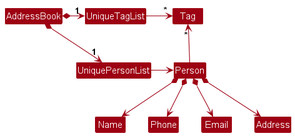
Above: docs/images/dg/BetterModelClassDiagram.png in shamesjen/tp (PlantUML), before the change. The source it was exported from:
```plantuml
@startuml
!include style.puml
skinparam arrowThickness 1.1
skinparam arrowColor MODEL_COLOR
skinparam classBackgroundColor MODEL_COLOR

AddressBook *-right-> "1" UniquePersonList
AddressBook *-right-> "1" UniqueTagList
UniqueTagList -[hidden]down- UniquePersonList
UniqueTagList -[hidden]down- UniquePersonList

UniqueTagList -right-> "*" Tag
UniquePersonList -right-> Person

Person -up-> "*" Tag

Person *--> Name
Person *--> Phone
Person *--> Email
Person *--> Address
@enduml
```
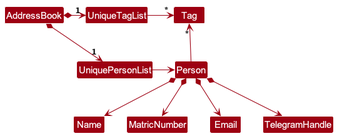
The same diagram one commit later.

Change to the diagram source:
```diff
@@ -15,7 +15,7 @@
 Person -up-> "*" Tag
 
 Person *--> Name
-Person *--> Phone
+Person *--> MatricNumber
 Person *--> Email
-Person *--> Address
+Person *--> TelegramHandle
 @enduml
```
